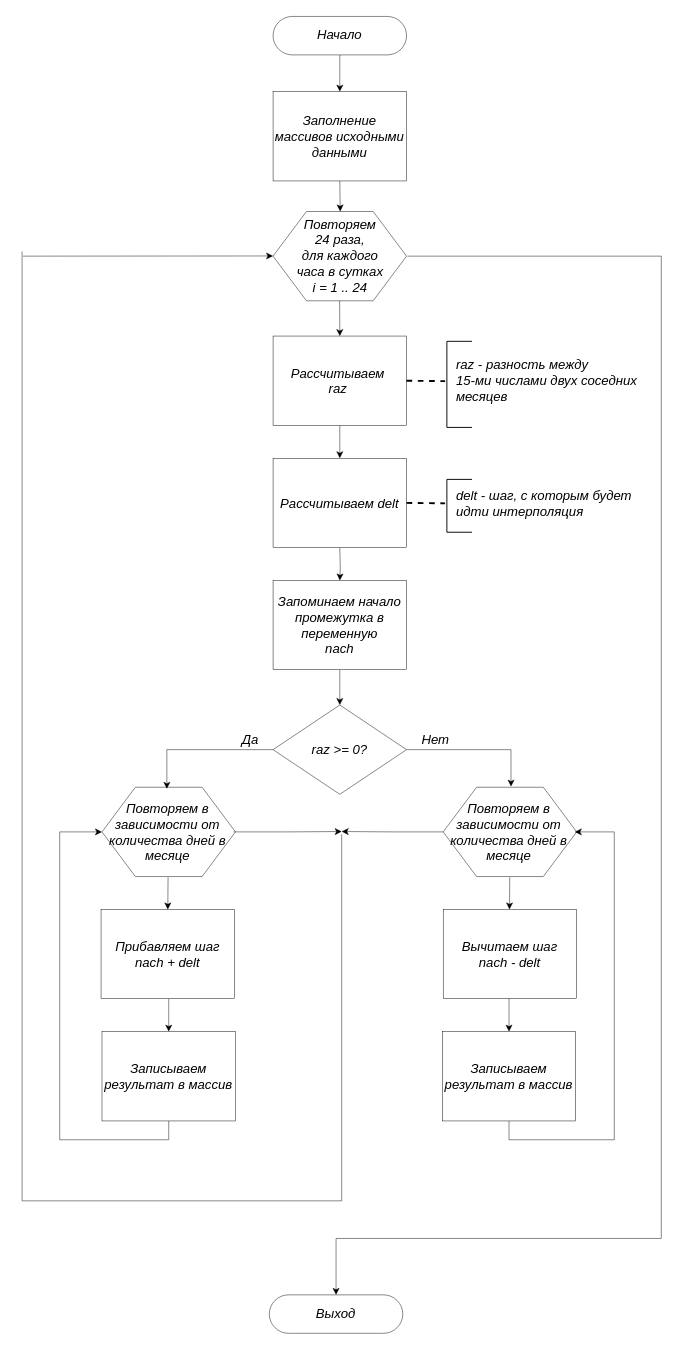
Before: Interpol.drawio in Sofya99/Diplom, a draw.io diagram. Source tidied: cells renumbered, new cells numbered last; positions are measured from the earlier drawing's top-left corner, leaving out a move shared by most shapes. Both pictures are drawn from the tidied source at 94%, with x=0, y=0 at pixel (22, 16).
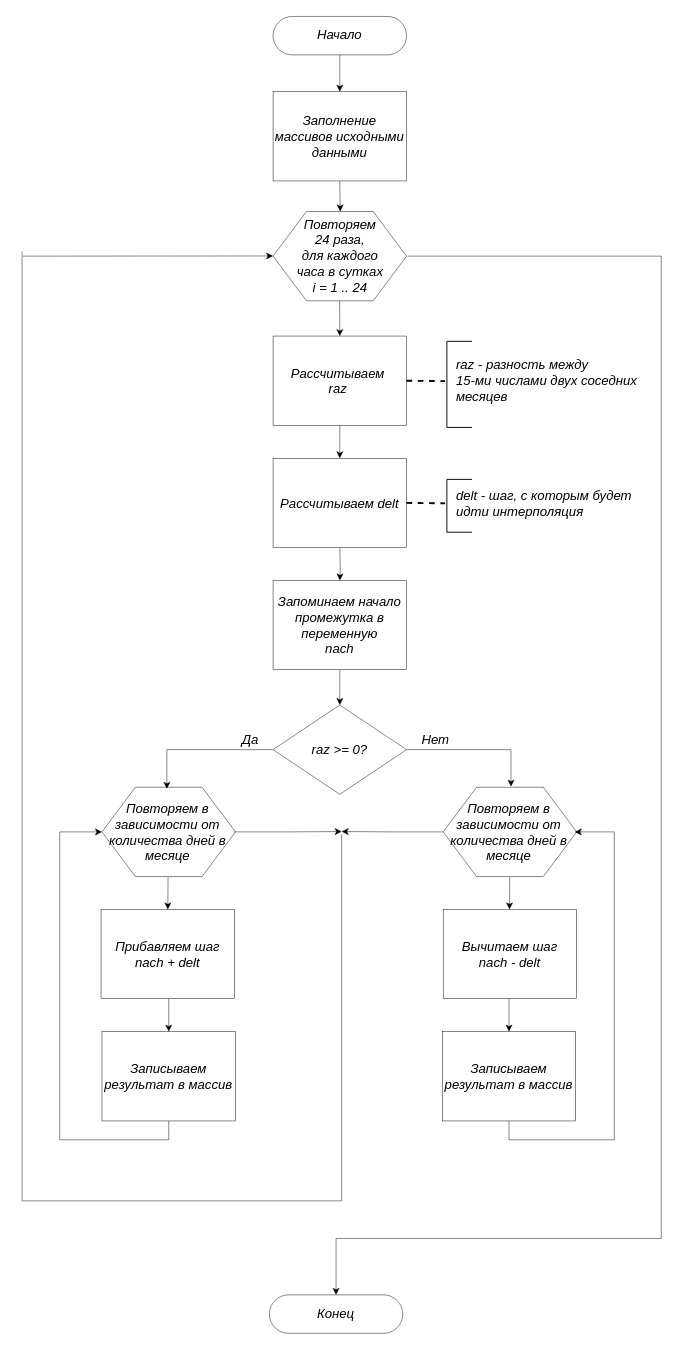
The same page after the edit.

What changed in the source:
```diff
@@
-    <mxCell id="7" value="&lt;i style=&quot;font-size: 14px;&quot;&gt;Выход&lt;/i&gt;" style="rounded=1;whiteSpace=wrap;html=1;strokeWidth=0.5;fontSize=14;arcSize=50;" parent="1" vertex="1">
+    <mxCell id="7" value="&lt;i style=&quot;font-size: 14px&quot;&gt;Конец&lt;/i&gt;" style="rounded=1;whiteSpace=wrap;html=1;strokeWidth=0.5;fontSize=14;arcSize=50;" parent="1" vertex="1">
       <mxGeometry x="263" y="1360" width="142" height="40.9" as="geometry" />
     </mxCell>
```
